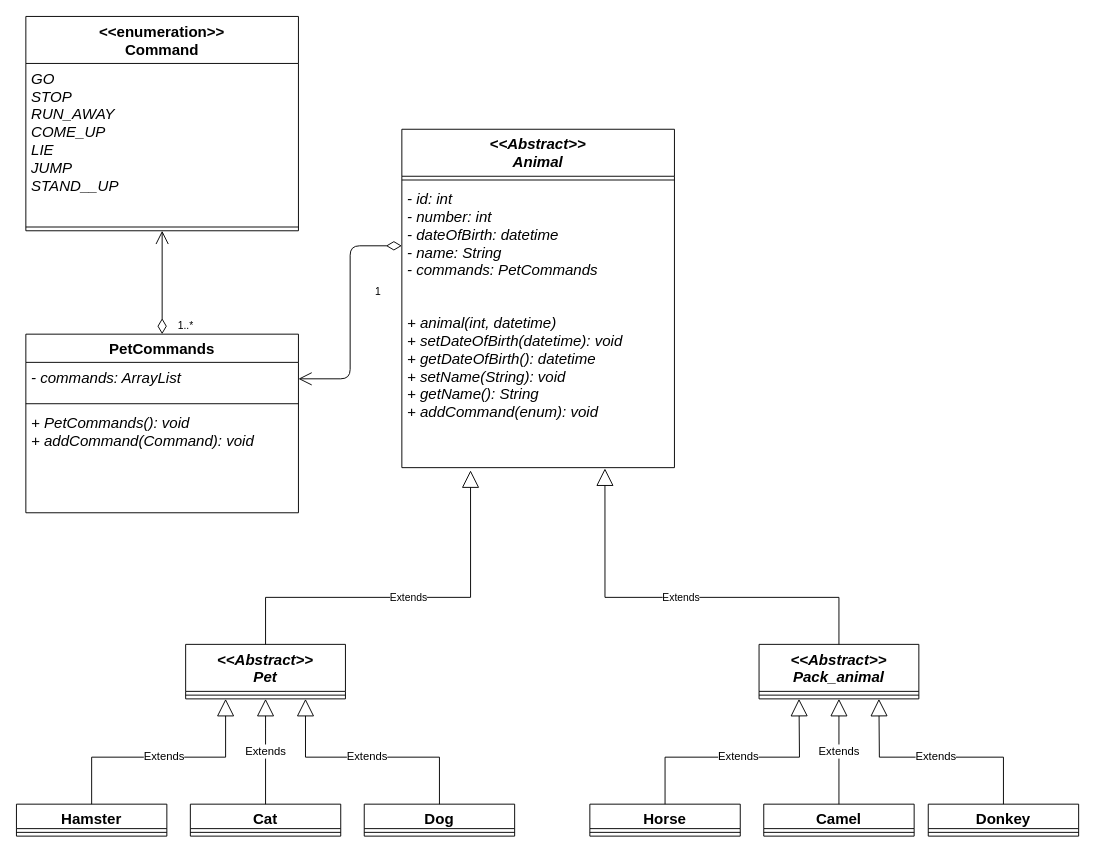
Earlier version of the draw.io diagram src/задание 6.drawio (L01den/finalTaskJavaAndLinux). Source tidied: cells renumbered, new cells numbered last; positions are measured from the earlier drawing's top-left corner, leaving out a move shared by most shapes. Both pictures are drawn from the tidied source at 94%, with x=0, y=0 at pixel (16, 16).
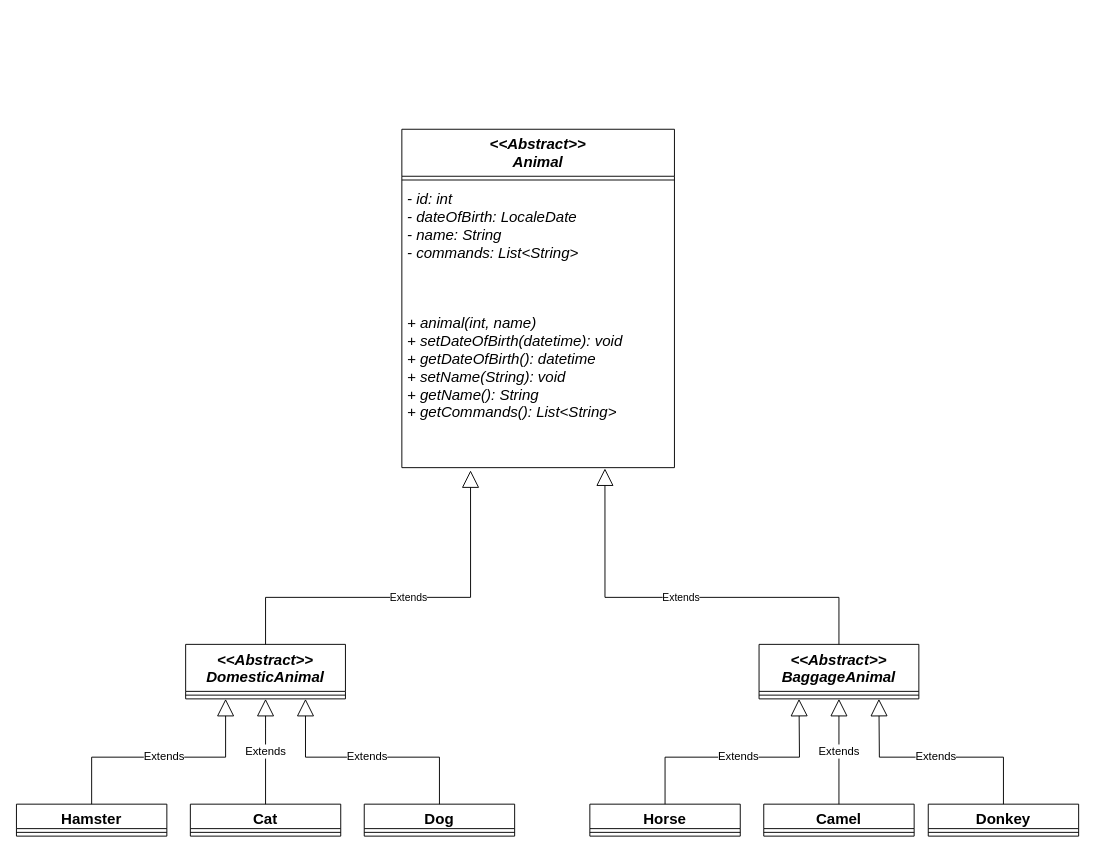
The same page after the edit.

The change refers to these unchanged cells:
```xml
<mxCell id="23" value="&lt;&lt;Abstract&gt;&gt;&#10;Animal" style="swimlane;fontStyle=3;align=center;verticalAlign=top;horizontal=1;startSize=50;fontSize=16;" parent="1" vertex="1">
  <mxGeometry x="410" y="120" width="290" height="360" as="geometry" />
</mxCell>
```

Diff of the diagram source:
```diff
@@
-    <mxCell id="2" value="&lt;&lt;Abstract&gt;&gt;&#10;Pet" style="swimlane;fontStyle=3;align=center;verticalAlign=top;horizontal=1;startSize=50;fontSize=16;" parent="1" vertex="1">
+    <mxCell id="2" value="&lt;&lt;Abstract&gt;&gt;&#10;DomesticAnimal" style="swimlane;fontStyle=3;align=center;verticalAlign=top;horizontal=1;startSize=50;fontSize=16;" parent="1" vertex="1">
       <mxGeometry x="180" y="668" width="170" height="58" as="geometry" />
     </mxCell>
@@
-    <mxCell id="4" value="&lt;&lt;Abstract&gt;&gt;&#10;Pack_animal" style="swimlane;fontStyle=3;align=center;verticalAlign=top;horizontal=1;startSize=50;fontSize=16;" parent="1" vertex="1">
+    <mxCell id="4" value="&lt;&lt;Abstract&gt;&gt;&#10;BaggageAnimal" style="swimlane;fontStyle=3;align=center;verticalAlign=top;horizontal=1;startSize=50;fontSize=16;" parent="1" vertex="1">
       <mxGeometry x="790" y="668" width="170" height="58" as="geometry" />
     </mxCell>
@@
-    <mxCell id="25" value="- id: int&#10;- number: int&#10;- dateOfBirth: datetime&#10;- name: String&#10;- commands: PetCommands" style="text;strokeColor=none;fillColor=none;align=left;verticalAlign=top;spacingLeft=4;spacingRight=4;overflow=hidden;points=[[0,0.5],[1,0.5]];portConstraint=eastwest;fontSize=16;fontStyle=2;" parent="23" vertex="1">
+    <mxCell id="25" value="- id: int&#10;- dateOfBirth: LocaleDate&#10;- name: String&#10;- commands: List&lt;String&gt;" style="text;strokeColor=none;fillColor=none;align=left;verticalAlign=top;spacingLeft=4;spacingRight=4;overflow=hidden;points=[[0,0.5],[1,0.5]];portConstraint=eastwest;fontSize=16;fontStyle=2;" parent="23" vertex="1">
       <mxGeometry y="58" width="290" height="132" as="geometry" />
     </mxCell>
-    <mxCell id="26" value="+ animal(int, datetime)&#10;+ setDateOfBirth(datetime): void&#10;+ getDateOfBirth(): datetime&#10;+ setName(String): void&#10;+ getName(): String&#10;+ addCommand(enum): void" style="text;strokeColor=none;fillColor=none;align=left;verticalAlign=top;spacingLeft=4;spacingRight=4;overflow=hidden;points=[[0,0.5],[1,0.5]];portConstraint=eastwest;fontSize=16;fontStyle=2;" parent="23" vertex="1">
+    <mxCell id="26" value="+ animal(int, name)&#10;+ setDateOfBirth(datetime): void&#10;+ getDateOfBirth(): datetime&#10;+ setName(String): void&#10;+ getName(): String&#10;+ getCommands(): List&lt;String&gt;" style="text;strokeColor=none;fillColor=none;align=left;verticalAlign=top;spacingLeft=4;spacingRight=4;overflow=hidden;points=[[0,0.5],[1,0.5]];portConstraint=eastwest;fontSize=16;fontStyle=2;" parent="23" vertex="1">
       <mxGeometry y="190" width="290" height="170" as="geometry" />
     </mxCell>
@@
-    <mxCell id="30" value="PetCommands" style="swimlane;fontStyle=1;align=center;verticalAlign=top;horizontal=1;startSize=30;fontSize=16;" parent="1" vertex="1">
-      <mxGeometry x="10" y="338" width="290" height="190" as="geometry" />
-    </mxCell>
-    <mxCell id="31" value="- commands: ArrayList" style="text;strokeColor=none;fillColor=none;align=left;verticalAlign=top;spacingLeft=4;spacingRight=4;overflow=hidden;fontSize=16;fontStyle=2;" parent="30" vertex="1">
-      <mxGeometry y="30" width="290" height="40" as="geometry" />
-    </mxCell>
-    <mxCell id="32" style="line;strokeWidth=1;fillColor=none;align=left;verticalAlign=middle;spacingTop=-1;spacingLeft=3;spacingRight=3;labelPosition=right;strokeColor=inherit;fontSize=16;" parent="30" vertex="1">
-      <mxGeometry y="70" width="290" height="8" as="geometry" />
-    </mxCell>
-    <mxCell id="33" value="+ PetCommands(): void&#10;+ addCommand(Command): void" style="text;strokeColor=none;fillColor=none;align=left;verticalAlign=top;spacingLeft=4;spacingRight=4;overflow=hidden;fontSize=16;fontStyle=2;" parent="30" vertex="1">
-      <mxGeometry y="78" width="290" height="112" as="geometry" />
-    </mxCell>
-    <mxCell id="34" value="&lt;&lt;enumeration&gt;&gt;&#10;Command" style="swimlane;fontStyle=1;align=center;verticalAlign=top;horizontal=1;startSize=50;fontSize=16;" parent="1" vertex="1">
-      <mxGeometry x="10" width="290" height="228" as="geometry" />
-    </mxCell>
-    <mxCell id="35" value="GO&#10;STOP&#10;RUN_AWAY&#10;COME_UP&#10;LIE&#10;JUMP&#10;STAND__UP" style="text;strokeColor=none;fillColor=none;align=left;verticalAlign=top;spacingLeft=4;spacingRight=4;overflow=hidden;fontSize=16;fontStyle=2;" parent="34" vertex="1">
-      <mxGeometry y="50" width="290" height="170" as="geometry" />
-    </mxCell>
-    <mxCell id="36" style="line;strokeWidth=1;fillColor=none;align=left;verticalAlign=middle;spacingTop=-1;spacingLeft=3;spacingRight=3;labelPosition=right;strokeColor=inherit;fontSize=16;" parent="34" vertex="1">
-      <mxGeometry y="220" width="290" height="8" as="geometry" />
-    </mxCell>
-    <mxCell id="37" value="1..*" style="endArrow=open;html=1;endSize=12;startArrow=diamondThin;startSize=14;startFill=0;edgeStyle=orthogonalEdgeStyle;align=left;verticalAlign=bottom;exitX=0.5;exitY=0;exitDx=0;exitDy=0;entryX=0.5;entryY=1;entryDx=0;entryDy=0;" parent="1" edge="1" source="30" target="34">
-      <mxGeometry x="-1" y="-15" relative="1" as="geometry" />
-    </mxCell>
-    <mxCell id="38" value="1" style="endArrow=open;html=1;endSize=12;startArrow=diamondThin;startSize=14;startFill=0;edgeStyle=orthogonalEdgeStyle;align=left;verticalAlign=bottom;exitX=0;exitY=0.5;exitDx=0;exitDy=0;entryX=1;entryY=0.25;entryDx=0;entryDy=0;" parent="1" edge="1" source="25" target="30">
-      <mxGeometry x="-0.1" y="25" relative="1" as="geometry" />
-    </mxCell>
```
